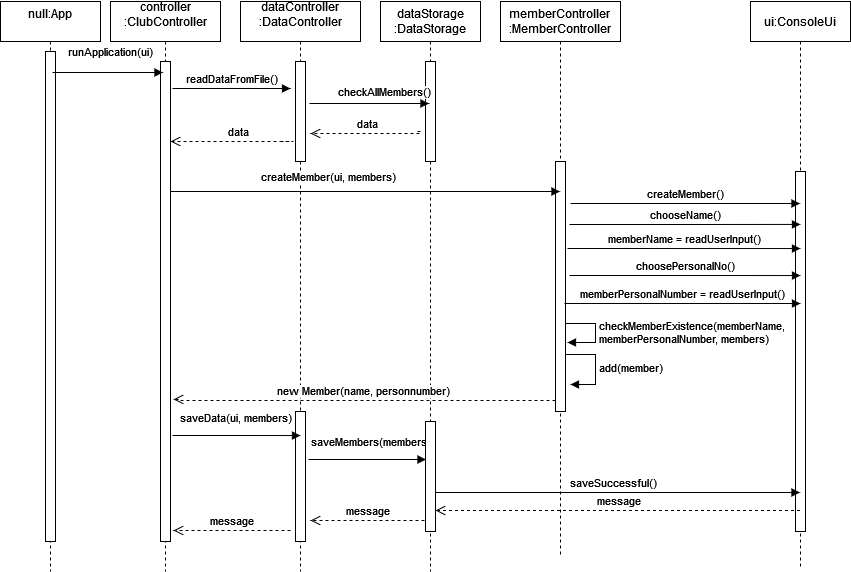
Above: img/sequence-diagram.png in Thanhtran34/MVC-boatclub (draw.io), before the change. Source tidied: cells renumbered, new cells last; positions are measured from the earlier drawing's top-left corner, leaving out a move shared by most shapes.
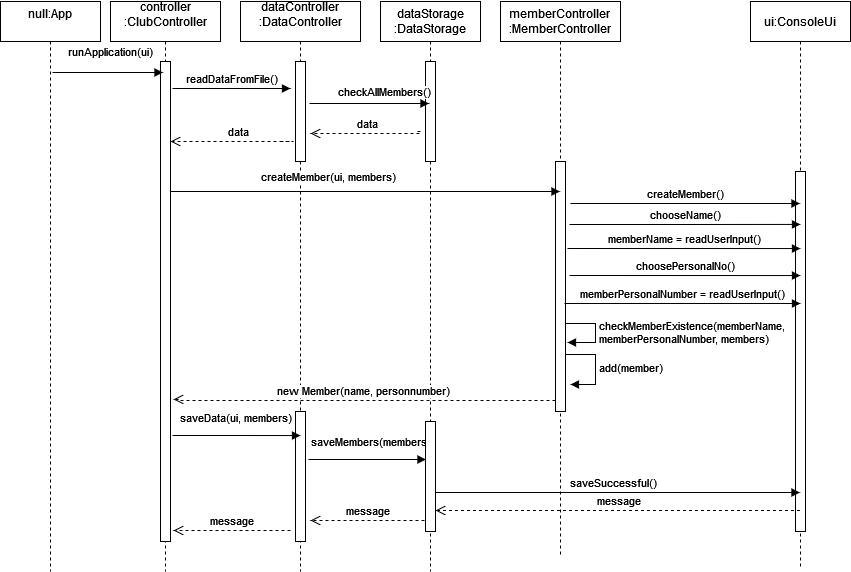
The same diagram one commit later.

Commit message:
fix app object

Change to the diagram source:
```diff
@@ -5,9 +5,6 @@
     <mxCell id="2" value="&lt;div&gt;null:App&lt;/div&gt;&lt;div&gt;&lt;br&gt;&lt;/div&gt;" style="shape=umlLifeline;perimeter=lifelinePerimeter;whiteSpace=wrap;html=1;" parent="1" vertex="1">
       <mxGeometry width="100" height="570" as="geometry" />
     </mxCell>
-    <mxCell id="3" style="html=1;perimeter=orthogonalPerimeter;" parent="2" vertex="1">
-      <mxGeometry x="45" y="50" width="10" height="490" as="geometry" />
-    </mxCell>
     <mxCell id="4" value="&lt;div&gt;controller&lt;/div&gt;&lt;div&gt;:ClubController&lt;/div&gt;&lt;div&gt;&lt;br&gt;&lt;/div&gt;" style="shape=umlLifeline;perimeter=lifelinePerimeter;whiteSpace=wrap;html=1;" parent="1" vertex="1">
       <mxGeometry x="110" width="110" height="570" as="geometry" />
     </mxCell>
```
